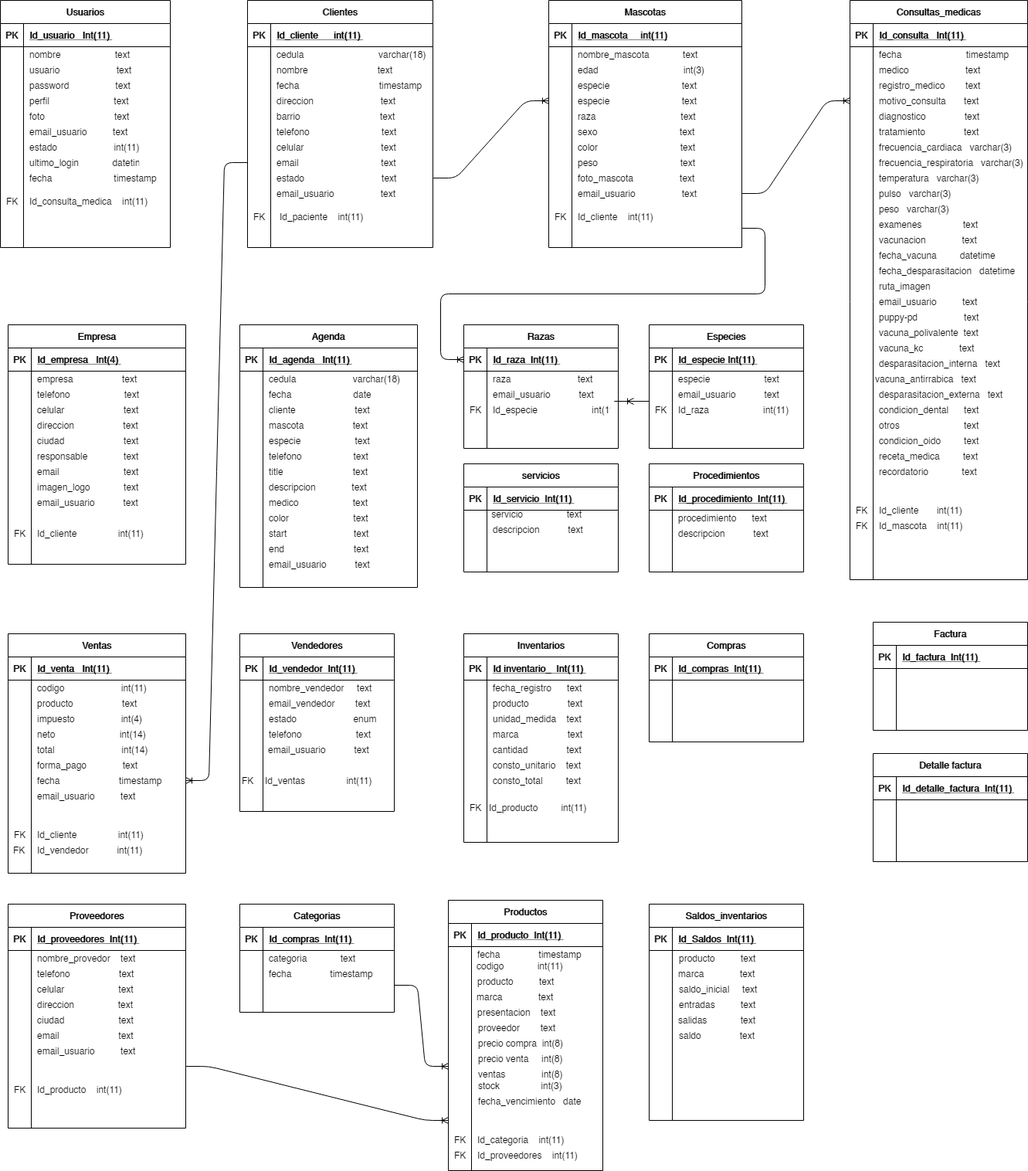
heberthm/ejemplos-blog keeps this draw.io diagram as Untitled Diagram.png. Above is the earlier version. Source tidied: cells renumbered, new cells last; positions are measured from the earlier drawing's top-left corner, leaving out a move shared by most shapes.
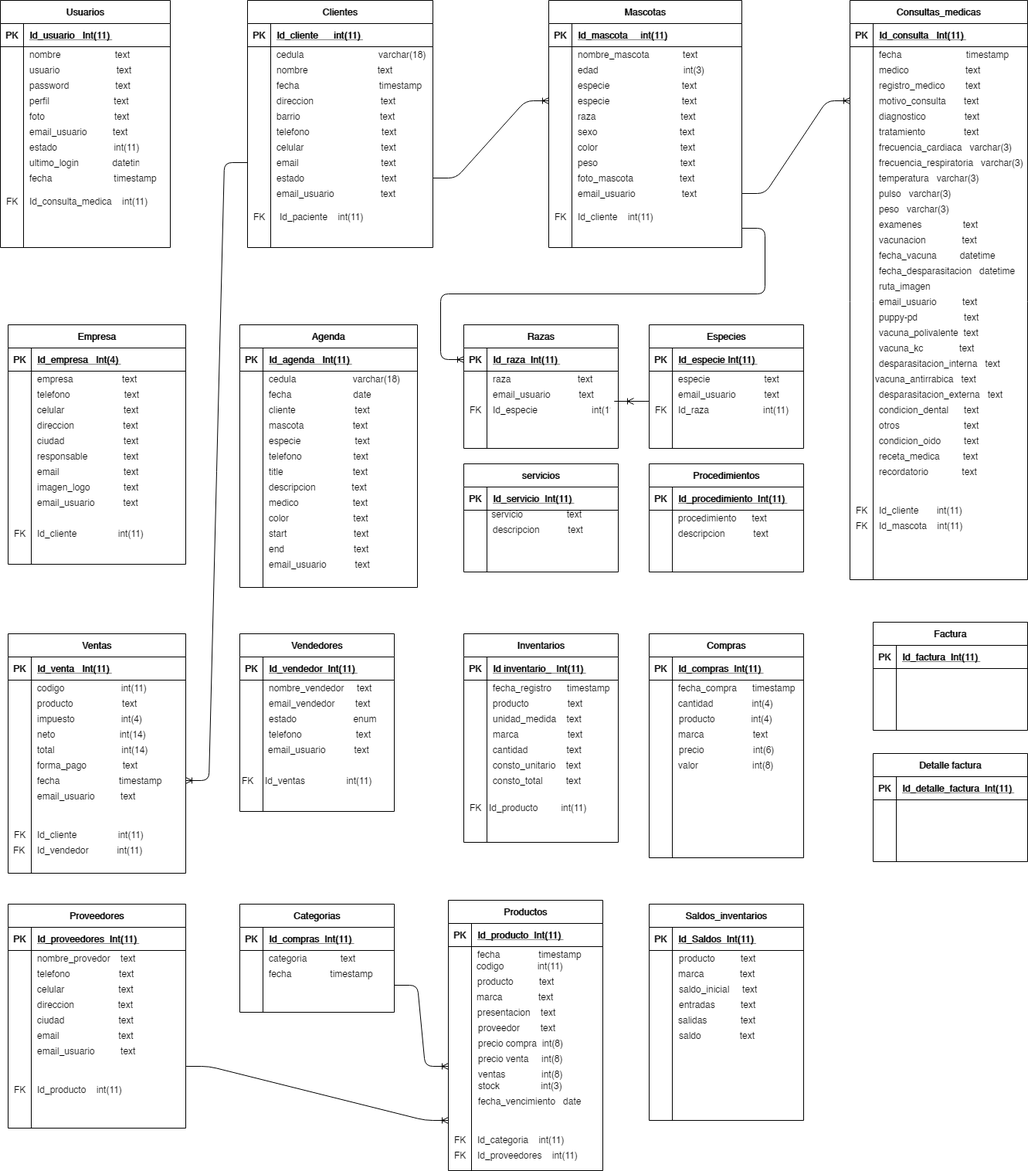
Later version of the same file.

Change to the diagram source:
```diff
@@ -1007,7 +1007,7 @@
       <mxGeometry x="611" y="1380" width="170" height="20" as="geometry" />
     </mxCell>
     <mxCell id="335" value="Compras" style="shape=table;startSize=30;rowLines=0;fontStyle=1;align=center;" parent="1" vertex="1">
-      <mxGeometry x="840" y="820" width="200" height="140" as="geometry" />
+      <mxGeometry x="840" y="820" width="200" height="290" as="geometry" />
     </mxCell>
     <mxCell id="336" style="shape=partialRectangle;fillColor=none;top=0;left=0;bottom=1;right=0;" parent="335" vertex="1">
       <mxGeometry y="30" width="200" height="30" as="geometry" />
@@ -1116,7 +1116,7 @@
     <mxCell id="369" value="marca                   text" style="shape=partialRectangle;fillColor=none;top=0;left=0;bottom=0;right=0;align=left;spacingLeft=6;overflow=hidden;" parent="1" vertex="1">
       <mxGeometry x="630" y="940" width="170" height="20" as="geometry" />
     </mxCell>
-    <mxCell id="370" value="fecha_registro      text" style="shape=partialRectangle;fillColor=none;top=0;left=0;bottom=0;right=0;align=left;spacingLeft=6;overflow=hidden;" parent="1" vertex="1">
+    <mxCell id="370" value="fecha_registro      timestamp" style="shape=partialRectangle;fillColor=none;top=0;left=0;bottom=0;right=0;align=left;spacingLeft=6;overflow=hidden;" parent="1" vertex="1">
       <mxGeometry x="630" y="880" width="170" height="20" as="geometry" />
     </mxCell>
     <mxCell id="371" value="cantidad               text" style="shape=partialRectangle;fillColor=none;top=0;left=0;bottom=0;right=0;align=left;spacingLeft=6;overflow=hidden;" parent="1" vertex="1">
@@ -1164,5 +1164,23 @@
     <mxCell id="385" value="saldo               text" style="shape=partialRectangle;fillColor=none;top=0;left=0;bottom=0;right=0;align=left;spacingLeft=6;overflow=hidden;" parent="1" vertex="1">
       <mxGeometry x="871" y="1330" width="170" height="20" as="geometry" />
     </mxCell>
+    <mxCell id="386" value="fecha_compra      timestamp" style="shape=partialRectangle;fillColor=none;top=0;left=0;bottom=0;right=0;align=left;spacingLeft=6;overflow=hidden;" parent="1" vertex="1">
+      <mxGeometry x="870" y="880" width="170" height="20" as="geometry" />
+    </mxCell>
+    <mxCell id="387" value="cantidad               int(4)" style="shape=partialRectangle;fillColor=none;top=0;left=0;bottom=0;right=0;align=left;spacingLeft=6;overflow=hidden;" parent="1" vertex="1">
+      <mxGeometry x="870" y="900" width="170" height="20" as="geometry" />
+    </mxCell>
+    <mxCell id="388" value="producto              int(4)" style="shape=partialRectangle;fillColor=none;top=0;left=0;bottom=0;right=0;align=left;spacingLeft=6;overflow=hidden;" parent="1" vertex="1">
+      <mxGeometry x="871" y="920" width="170" height="20" as="geometry" />
+    </mxCell>
+    <mxCell id="389" value="marca                   text " style="shape=partialRectangle;fillColor=none;top=0;left=0;bottom=0;right=0;align=left;spacingLeft=6;overflow=hidden;" parent="1" vertex="1">
+      <mxGeometry x="870" y="940" width="170" height="20" as="geometry" />
+    </mxCell>
+    <mxCell id="390" value="precio                   int(6) " style="shape=partialRectangle;fillColor=none;top=0;left=0;bottom=0;right=0;align=left;spacingLeft=6;overflow=hidden;" parent="1" vertex="1">
+      <mxGeometry x="871" y="960" width="170" height="20" as="geometry" />
+    </mxCell>
+    <mxCell id="391" value="valor                     int(8) " style="shape=partialRectangle;fillColor=none;top=0;left=0;bottom=0;right=0;align=left;spacingLeft=6;overflow=hidden;" parent="1" vertex="1">
+      <mxGeometry x="870" y="980" width="170" height="20" as="geometry" />
+    </mxCell>
   </root>
 </mxGraphModel>
```
